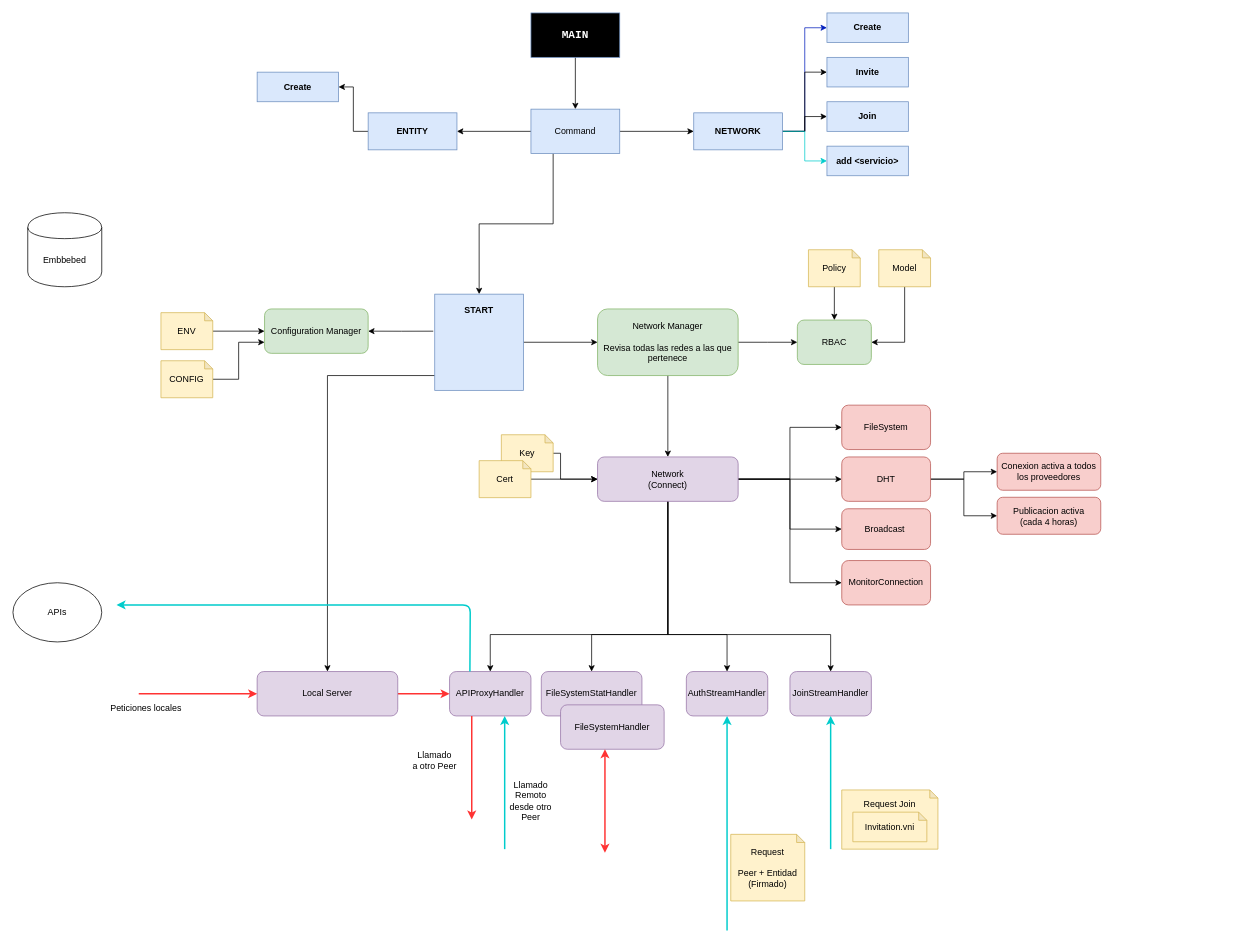
Before: page "App Arquitecture" (2 of 5) of documentantion/Inador.drawio in daille/veredarii, a draw.io diagram. Source tidied: cells renumbered, new cells numbered last; positions are measured from the earlier drawing's top-left corner, leaving out a move shared by most shapes. Both pictures are drawn from the tidied source at 74%, with x=0, y=0 at pixel (13, 13).
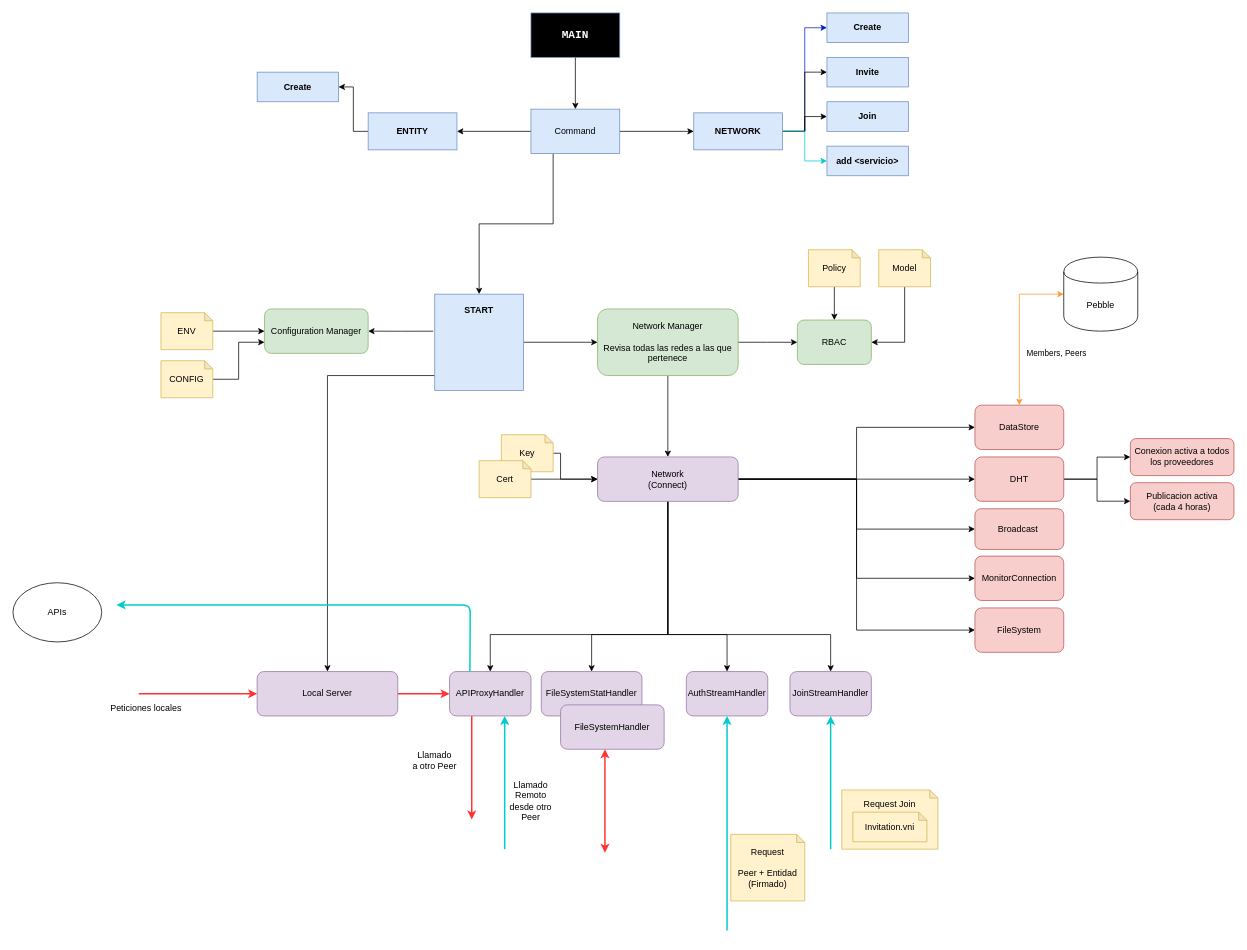
Above is the later version.

Unchanged cells that the change refers to:
```xml
<mxCell id="28" value="Network&lt;br&gt;(Connect)" style="rounded=1;whiteSpace=wrap;html=1;fillColor=#e1d5e7;strokeColor=#9673a6;" parent="1" vertex="1">
  <mxGeometry x="790" y="600" width="190" height="60" as="geometry" />
</mxCell>
```

What changed in the source:
```diff
@@
     <mxCell id="26" style="edgeStyle=orthogonalEdgeStyle;rounded=0;jettySize=auto;html=1;entryX=0;entryY=0.5;entryDx=0;entryDy=0;" parent="1" edge="1" source="28" target="61">
       <mxGeometry relative="1" as="geometry">
         <Array as="points">
-          <mxPoint x="1050" y="630" />
-          <mxPoint x="1050" y="698" />
-          <mxPoint x="1120" y="698" />
+          <mxPoint x="1140" y="630" />
+          <mxPoint x="1140" y="698" />
         </Array>
       </mxGeometry>
     </mxCell>
@@
+    <mxCell id="80" style="edgeStyle=orthogonalEdgeStyle;rounded=0;jettySize=auto;html=1;entryX=0;entryY=0.5;entryDx=0;entryDy=0;" parent="1" edge="1" source="28" target="82">
+      <mxGeometry relative="1" as="geometry" />
+    </mxCell>
@@
+    <mxCell id="81" value="Members, Peers" style="edgeStyle=orthogonalEdgeStyle;rounded=0;jettySize=auto;html=1;entryX=0;entryY=0.5;entryDx=0;entryDy=0;startArrow=classic;startFill=1;fillColor=#f0a30a;strokeColor=#FF9933;" parent="1" edge="1" source="29" target="37">
+      <mxGeometry x="0.9" y="-80" relative="1" as="geometry" />
+    </mxCell>
-    <mxCell id="29" value="FileSystem" style="rounded=1;whiteSpace=wrap;html=1;fillColor=#f8cecc;strokeColor=#b85450;" parent="1" vertex="1">
-      <mxGeometry x="1120" y="530" width="120" height="60" as="geometry" />
+    <mxCell id="29" value="DataStore" style="rounded=1;whiteSpace=wrap;html=1;fillColor=#f8cecc;strokeColor=#b85450;" parent="1" vertex="1">
+      <mxGeometry x="1300" y="530" width="120" height="60" as="geometry" />
     </mxCell>
@@
     <mxCell id="32" value="DHT" style="rounded=1;whiteSpace=wrap;html=1;fillColor=#f8cecc;strokeColor=#b85450;" parent="1" vertex="1">
-      <mxGeometry x="1120" y="600" width="120" height="60" as="geometry" />
+      <mxGeometry x="1300" y="600" width="120" height="60" as="geometry" />
     </mxCell>
@@
-    <mxCell id="37" value="Embbebed" style="shape=cylinder;whiteSpace=wrap;html=1;boundedLbl=1;backgroundOutline=1;" parent="1" vertex="1">
-      <mxGeometry x="20" y="270" width="100" height="100" as="geometry" />
+    <mxCell id="37" value="Pebble" style="shape=cylinder;whiteSpace=wrap;html=1;boundedLbl=1;backgroundOutline=1;" parent="1" vertex="1">
+      <mxGeometry x="1420" y="330" width="100" height="100" as="geometry" />
     </mxCell>
@@
     <mxCell id="46" value="Conexion activa a todos los proveedores" style="rounded=1;whiteSpace=wrap;html=1;fillColor=#f8cecc;strokeColor=#b85450;" parent="1" vertex="1">
-      <mxGeometry x="1330" y="595" width="140" height="50" as="geometry" />
+      <mxGeometry x="1510" y="575.2" width="140" height="50" as="geometry" />
     </mxCell>
     <mxCell id="47" value="Publicacion activa&lt;br&gt;(cada 4 horas)" style="rounded=1;whiteSpace=wrap;html=1;fillColor=#f8cecc;strokeColor=#b85450;" parent="1" vertex="1">
-      <mxGeometry x="1330" y="654.5" width="140" height="50" as="geometry" />
+      <mxGeometry x="1510" y="634.8" width="140" height="50" as="geometry" />
     </mxCell>
@@
     <mxCell id="61" value="Broadcast&amp;nbsp;" style="rounded=1;whiteSpace=wrap;html=1;fillColor=#f8cecc;strokeColor=#b85450;" parent="1" vertex="1">
-      <mxGeometry x="1120" y="670" width="120" height="55" as="geometry" />
+      <mxGeometry x="1300" y="670" width="120" height="55" as="geometry" />
     </mxCell>
     <mxCell id="62" value="MonitorConnection" style="rounded=1;whiteSpace=wrap;html=1;fillColor=#f8cecc;strokeColor=#b85450;" parent="1" vertex="1">
-      <mxGeometry x="1120" y="740" width="120" height="60" as="geometry" />
+      <mxGeometry x="1300" y="734" width="120" height="60" as="geometry" />
     </mxCell>
@@
+    <mxCell id="82" value="FileSystem" style="rounded=1;whiteSpace=wrap;html=1;fillColor=#f8cecc;strokeColor=#b85450;" parent="1" vertex="1">
+      <mxGeometry x="1300" y="804" width="120" height="60" as="geometry" />
+    </mxCell>
```
